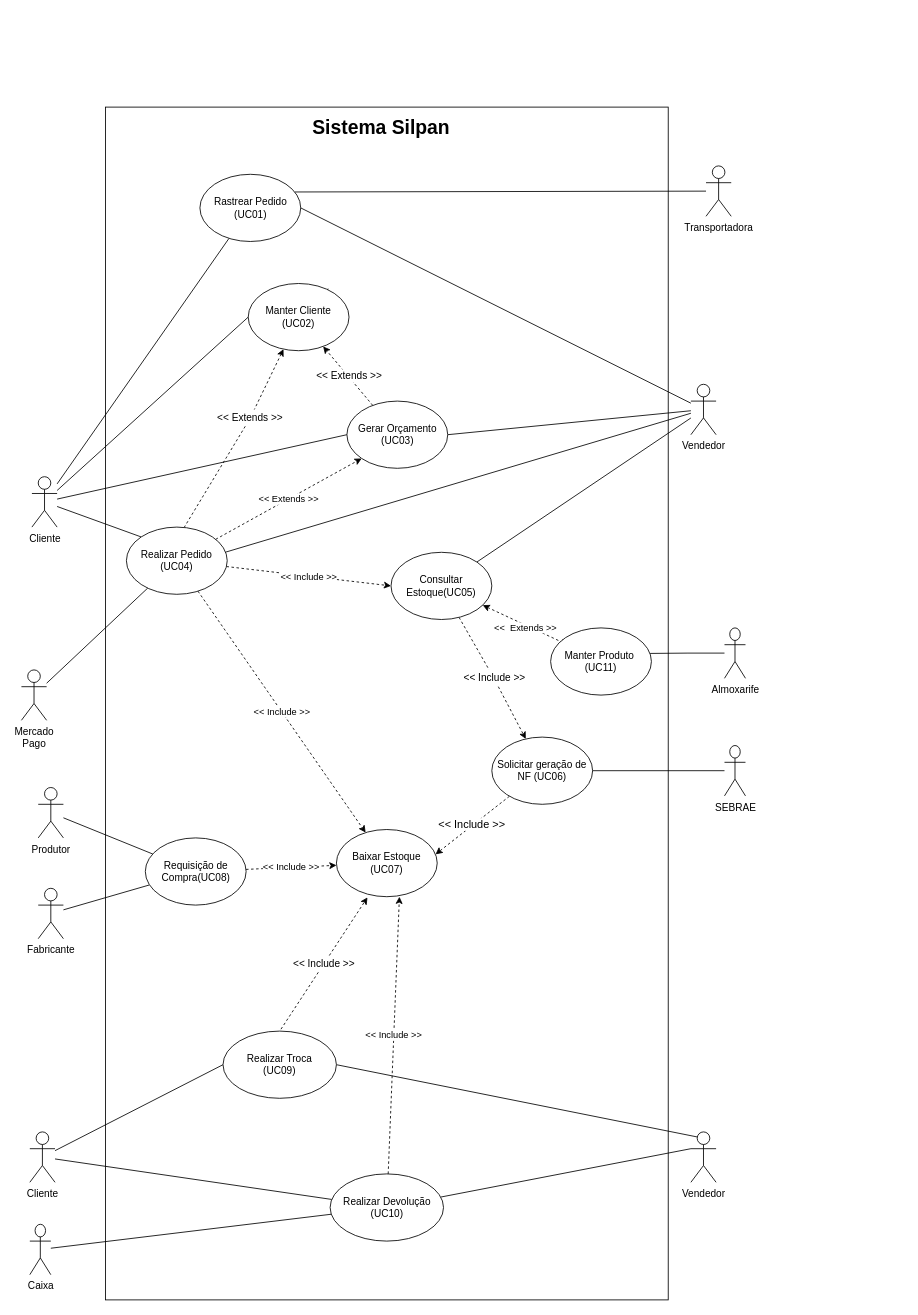
This is Diagrama de UC.drawio from Systematicos/Silpan-AMS, a draw.io file, before an edit. Source tidied: cells renumbered, new cells numbered last; positions are measured from the earlier drawing's top-left corner, leaving out a move shared by most shapes. Both pictures are drawn from the tidied source at 84%, with x=0, y=0 at pixel (21, 107).
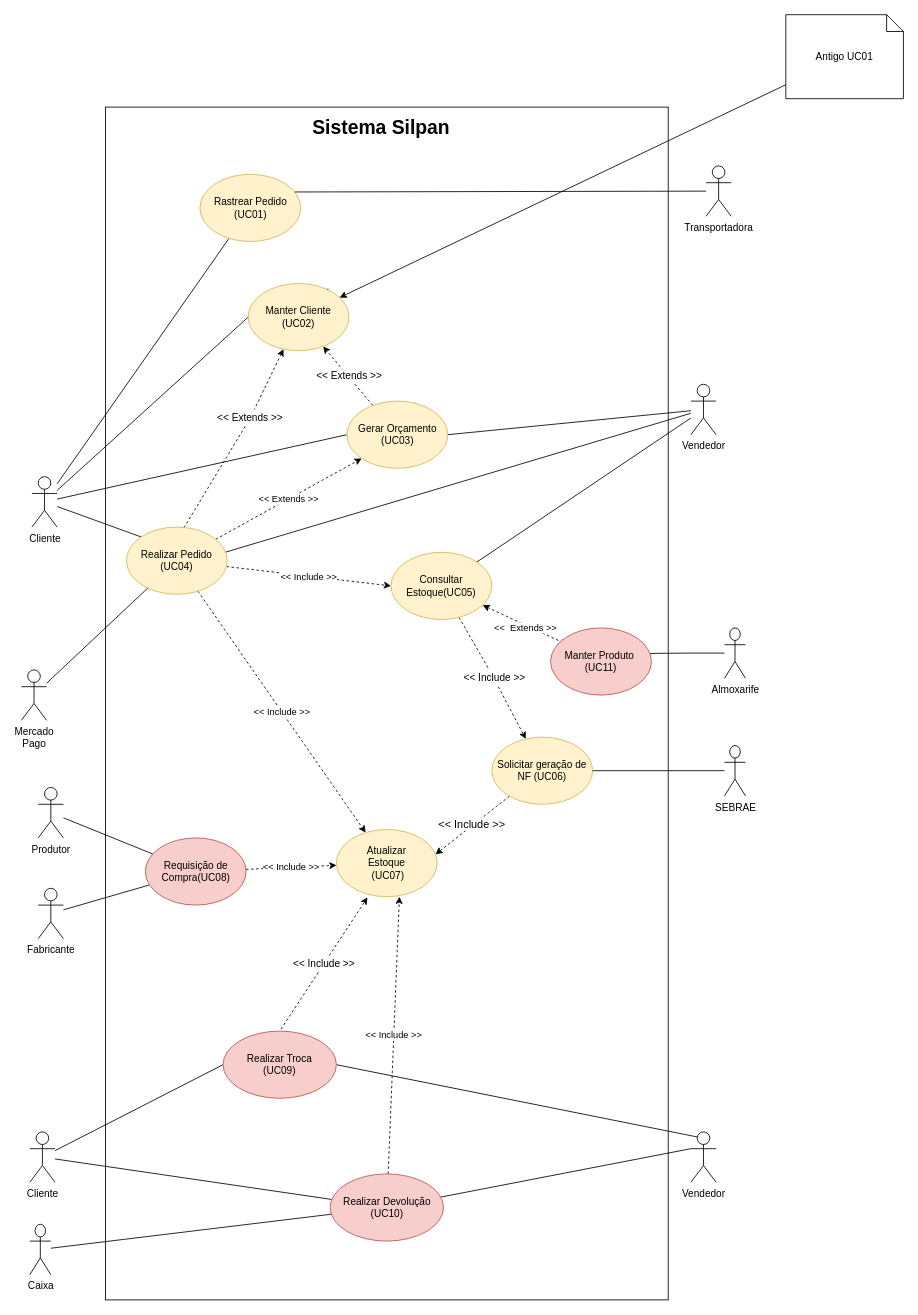
The same page after the edit.

Unchanged cells that the change refers to:
```xml
<mxCell id="11" value="Vendedor" style="shape=umlActor;verticalLabelPosition=bottom;verticalAlign=top;html=1;" parent="1" vertex="1">
  <mxGeometry x="797" y="330" width="30" height="60" as="geometry" />
</mxCell>
```

Diff of the diagram source:
```diff
@@
-    <mxCell id="9" style="rounded=0;jettySize=auto;html=1;entryX=1;entryY=0.5;entryDx=0;entryDy=0;startArrow=none;startFill=0;endArrow=none;endFill=0;" parent="1" edge="1" source="11" target="29">
-      <mxGeometry relative="1" as="geometry" />
-    </mxCell>
@@
-    <mxCell id="13" value="Manter Cliente (UC02)" style="ellipse;whiteSpace=wrap;html=1;" parent="1" vertex="1">
+    <mxCell id="13" value="Manter Cliente (UC02)" style="ellipse;whiteSpace=wrap;html=1;fillColor=#fff2cc;strokeColor=#d6b656;" parent="1" vertex="1">
       <mxGeometry x="270" y="210" width="120" height="80" as="geometry" />
     </mxCell>
@@
-    <mxCell id="17" value="Realizar Pedido (UC04)" style="ellipse;whiteSpace=wrap;html=1;" parent="1" vertex="1">
+    <mxCell id="17" value="Realizar Pedido (UC04)" style="ellipse;whiteSpace=wrap;html=1;fillColor=#fff2cc;strokeColor=#d6b656;" parent="1" vertex="1">
       <mxGeometry x="125" y="500" width="120" height="80" as="geometry" />
     </mxCell>
@@
-    <mxCell id="20" value="Consultar Estoque(UC05)" style="ellipse;whiteSpace=wrap;html=1;fillColor=#FFFFFF;" parent="1" vertex="1">
+    <mxCell id="20" value="Consultar Estoque(UC05)" style="ellipse;whiteSpace=wrap;html=1;fillColor=#fff2cc;strokeColor=#d6b656;" parent="1" vertex="1">
       <mxGeometry x="440" y="530" width="120" height="80" as="geometry" />
     </mxCell>
-    <mxCell id="21" value="Baixar Estoque (UC07)" style="ellipse;whiteSpace=wrap;html=1;" parent="1" vertex="1">
+    <mxCell id="21" value="Atualizar&lt;br&gt;Estoque&lt;br&gt;&amp;nbsp;(UC07)" style="ellipse;whiteSpace=wrap;html=1;fillColor=#fff2cc;strokeColor=#d6b656;" parent="1" vertex="1">
       <mxGeometry x="375" y="860" width="120" height="80" as="geometry" />
     </mxCell>
@@
-    <mxCell id="25" value="Solicitar geração de NF (UC06)" style="ellipse;whiteSpace=wrap;html=1;" parent="1" vertex="1">
+    <mxCell id="25" value="Solicitar geração de NF (UC06)" style="ellipse;whiteSpace=wrap;html=1;fillColor=#fff2cc;strokeColor=#d6b656;" parent="1" vertex="1">
       <mxGeometry x="560" y="750" width="120" height="80" as="geometry" />
     </mxCell>
@@
-    <mxCell id="29" value="Rastrear Pedido (UC01)" style="ellipse;whiteSpace=wrap;html=1;" parent="1" vertex="1">
+    <mxCell id="29" value="Rastrear Pedido (UC01)" style="ellipse;whiteSpace=wrap;html=1;fillColor=#fff2cc;strokeColor=#d6b656;" parent="1" vertex="1">
       <mxGeometry x="212.5" y="80" width="120" height="80" as="geometry" />
     </mxCell>
@@
-    <mxCell id="36" value="Realizar Devolução&lt;br&gt;(UC10)" style="ellipse;whiteSpace=wrap;html=1;" parent="1" vertex="1">
+    <mxCell id="36" value="Realizar Devolução&lt;br&gt;(UC10)" style="ellipse;whiteSpace=wrap;html=1;fillColor=#f8cecc;strokeColor=#b85450;" parent="1" vertex="1">
       <mxGeometry x="367.5" y="1270" width="135" height="80" as="geometry" />
     </mxCell>
@@
-    <mxCell id="49" value="Gerar Orçamento&lt;br&gt;(UC03)" style="ellipse;whiteSpace=wrap;html=1;" parent="1" vertex="1">
+    <mxCell id="49" value="Gerar Orçamento&lt;br&gt;(UC03)" style="ellipse;whiteSpace=wrap;html=1;fillColor=#fff2cc;strokeColor=#d6b656;" parent="1" vertex="1">
       <mxGeometry x="387.5" y="350" width="120" height="80" as="geometry" />
     </mxCell>
@@
-    <mxCell id="56" value="Requisição de Compra(UC08)" style="ellipse;whiteSpace=wrap;html=1;" parent="1" vertex="1">
+    <mxCell id="56" value="Requisição de Compra(UC08)" style="ellipse;whiteSpace=wrap;html=1;fillColor=#f8cecc;strokeColor=#b85450;" parent="1" vertex="1">
       <mxGeometry x="147.5" y="870" width="120" height="80" as="geometry" />
     </mxCell>
@@
-    <mxCell id="60" value="Realizar Troca&lt;br&gt;(UC09)" style="ellipse;whiteSpace=wrap;html=1;" parent="1" vertex="1">
+    <mxCell id="60" value="Realizar Troca&lt;br&gt;(UC09)" style="ellipse;whiteSpace=wrap;html=1;fillColor=#f8cecc;strokeColor=#b85450;" parent="1" vertex="1">
       <mxGeometry x="240" y="1100" width="135" height="80" as="geometry" />
     </mxCell>
-    <mxCell id="61" value="Manter Produto&amp;nbsp;&lt;br&gt;(UC11)" style="ellipse;whiteSpace=wrap;html=1;" parent="1" vertex="1">
+    <mxCell id="61" value="Manter Produto&amp;nbsp;&lt;br&gt;(UC11)" style="ellipse;whiteSpace=wrap;html=1;fillColor=#f8cecc;strokeColor=#b85450;" parent="1" vertex="1">
       <mxGeometry x="630" y="620" width="120" height="80" as="geometry" />
     </mxCell>
@@
+    <mxCell id="64" style="rounded=0;jettySize=auto;html=1;" parent="1" edge="1" source="65" target="13">
+      <mxGeometry relative="1" as="geometry" />
+    </mxCell>
+    <mxCell id="65" value="Antigo UC01" style="shape=note;size=20;whiteSpace=wrap;html=1;" parent="1" vertex="1">
+      <mxGeometry x="910" y="-110" width="140" height="100" as="geometry" />
+    </mxCell>
```
